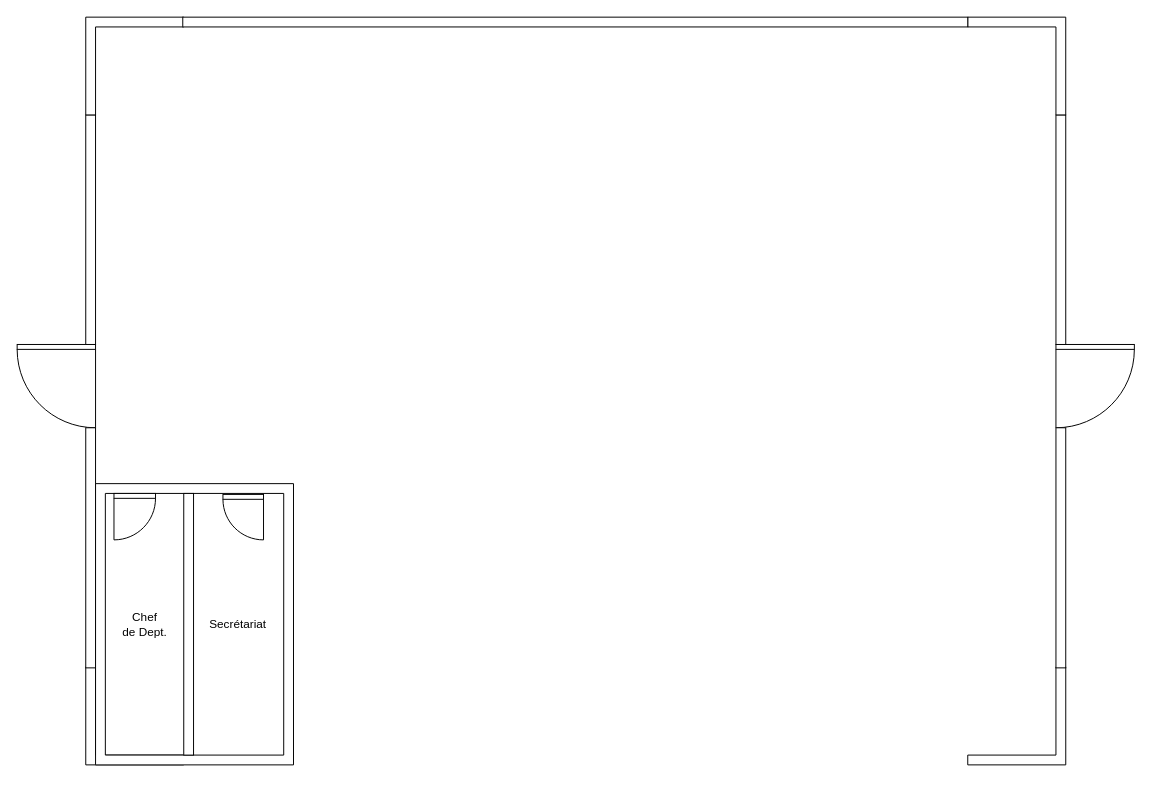
Above: meph-plan_adm.drawio in gI7DUmmY/diagrams (draw.io), before the change. Source tidied: cells renumbered, new cells numbered last; positions are measured from the earlier drawing's top-left corner, leaving out a move shared by most shapes. Both pictures are drawn from the tidied source at 98%, with x=0, y=0 at pixel (17, 17).
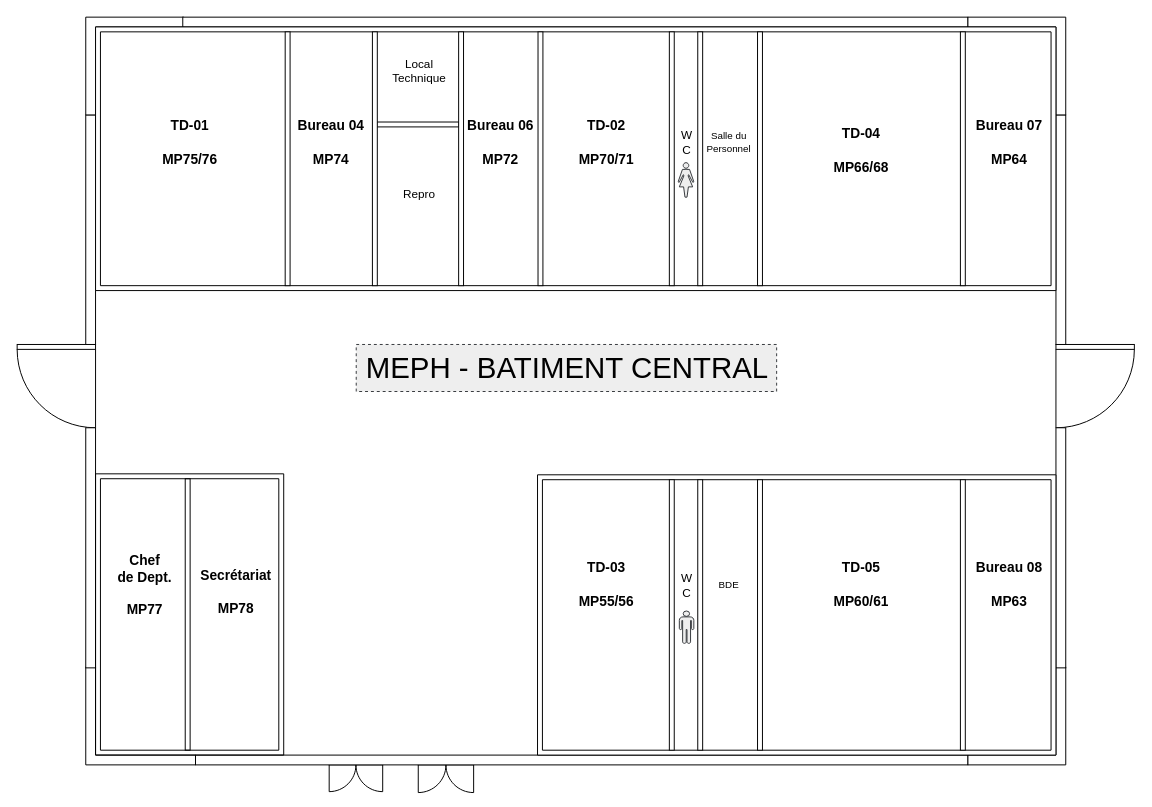
After the change.

Commit message:
Mettre à jour meph-plan_adm.drawio

What changed in the source:
```diff
@@
+    <mxCell id="19" style="verticalLabelPosition=bottom;html=1;verticalAlign=top;align=center;shape=mxgraph.floorplan.wall;fontFamily=Helvetica;fontSize=12;fillColor=default;wallThickness=5;" parent="1" vertex="1">
+      <mxGeometry x="367" y="109" width="84" height="1" as="geometry" />
+    </mxCell>
@@
     <mxCell id="4" style="verticalLabelPosition=bottom;html=1;verticalAlign=top;align=center;shape=mxgraph.floorplan.wallCorner;direction=north;" parent="1" vertex="1">
-      <mxGeometry x="70" y="663" width="100" height="100" as="geometry" />
+      <mxGeometry x="70" y="663" width="112" height="100" as="geometry" />
     </mxCell>
@@
-    <mxCell id="13" style="verticalLabelPosition=middle;html=1;verticalAlign=middle;align=center;shape=mxgraph.floorplan.room;fillStyle=auto;gradientColor=none;fillColor=default;strokeColor=default;shadow=0;labelPosition=center;" parent="1" vertex="1">
-      <mxGeometry x="80" y="476" width="202" height="287" as="geometry" />
-    </mxCell>
-    <mxCell id="14" style="verticalLabelPosition=bottom;html=1;verticalAlign=top;align=center;shape=mxgraph.floorplan.doorLeft;" parent="1" vertex="1">
-      <mxGeometry x="98.8" y="486" width="42.4" height="45" as="geometry" />
-    </mxCell>
-    <mxCell id="15" style="verticalLabelPosition=bottom;html=1;verticalAlign=top;align=center;shape=mxgraph.floorplan.doorRight;" parent="1" vertex="1">
-      <mxGeometry x="210" y="487" width="41.4" height="44" as="geometry" />
-    </mxCell>
-    <mxCell id="16" style="verticalLabelPosition=bottom;html=1;verticalAlign=top;align=center;shape=mxgraph.floorplan.wall;direction=south;" parent="1" vertex="1">
-      <mxGeometry x="170" y="486" width="10" height="267" as="geometry" />
+    <mxCell id="16" style="verticalLabelPosition=bottom;html=1;verticalAlign=top;align=center;shape=mxgraph.floorplan.wall;direction=south;wallThickness=5;" parent="1" vertex="1">
+      <mxGeometry x="169" y="471" width="10" height="277" as="geometry" />
     </mxCell>
-    <mxCell id="17" value="Chef&lt;div&gt;de Dept.&lt;/div&gt;" style="text;html=1;align=center;verticalAlign=middle;strokeColor=none;fillColor=none;" parent="1" vertex="1">
-      <mxGeometry x="98.8" y="599" width="63" height="41" as="geometry" />
+    <mxCell id="17" value="Chef&lt;div style=&quot;font-size: 14px;&quot;&gt;de Dept.&lt;/div&gt;&lt;div style=&quot;font-size: 14px;&quot;&gt;&lt;br style=&quot;font-size: 14px;&quot;&gt;&lt;/div&gt;&lt;div style=&quot;font-size: 14px;&quot;&gt;MP77&lt;/div&gt;" style="text;html=1;align=center;verticalAlign=middle;strokeColor=none;fillColor=none;fontStyle=1;fontSize=14;" parent="1" vertex="1">
+      <mxGeometry x="94" y="540" width="71" height="79" as="geometry" />
     </mxCell>
-    <mxCell id="18" value="Secrétariat" style="text;html=1;align=center;verticalAlign=middle;strokeColor=none;fillColor=none;" parent="1" vertex="1">
-      <mxGeometry x="187" y="606.5" width="76" height="26" as="geometry" />
+    <mxCell id="18" value="Secrétariat&lt;div style=&quot;font-size: 14px;&quot;&gt;&lt;br style=&quot;font-size: 14px;&quot;&gt;&lt;/div&gt;&lt;div style=&quot;font-size: 14px;&quot;&gt;MP78&lt;/div&gt;" style="text;html=1;align=center;verticalAlign=middle;strokeColor=none;fillColor=none;fontStyle=1;fontSize=14;" parent="1" vertex="1">
+      <mxGeometry x="180" y="556" width="86" height="62" as="geometry" />
     </mxCell>
+    <mxCell id="20" style="verticalLabelPosition=bottom;html=1;verticalAlign=top;align=center;shape=mxgraph.floorplan.room;wallThickness=5;" parent="1" vertex="1">
+      <mxGeometry x="80" y="10" width="980" height="269" as="geometry" />
+    </mxCell>
+    <mxCell id="21" style="verticalLabelPosition=bottom;html=1;verticalAlign=top;align=center;shape=mxgraph.floorplan.wall;direction=south;fontFamily=Helvetica;fontSize=12;wallThickness=5;" parent="1" vertex="1">
+      <mxGeometry x="271" y="15" width="10" height="259" as="geometry" />
+    </mxCell>
+    <mxCell id="22" value="TD-01&lt;div style=&quot;font-size: 14px;&quot;&gt;&lt;br style=&quot;font-size: 14px;&quot;&gt;&lt;/div&gt;&lt;div style=&quot;font-size: 14px;&quot;&gt;MP75/76&lt;/div&gt;" style="text;html=1;align=center;verticalAlign=middle;strokeColor=none;fillColor=none;fontFamily=Helvetica;fontSize=14;fontColor=default;fontStyle=1;" parent="1" vertex="1">
+      <mxGeometry x="139" y="97" width="74" height="62" as="geometry" />
+    </mxCell>
+    <mxCell id="23" style="verticalLabelPosition=bottom;html=1;verticalAlign=top;align=center;shape=mxgraph.floorplan.wall;direction=south;fontFamily=Helvetica;fontSize=12;wallThickness=5;" parent="1" vertex="1">
+      <mxGeometry x="360" y="15" width="10" height="259" as="geometry" />
+    </mxCell>
+    <mxCell id="24" style="verticalLabelPosition=bottom;html=1;verticalAlign=top;align=center;shape=mxgraph.floorplan.wall;direction=south;fontFamily=Helvetica;fontSize=12;wallThickness=5;" parent="1" vertex="1">
+      <mxGeometry x="448" y="15" width="10" height="259" as="geometry" />
+    </mxCell>
+    <mxCell id="25" value="Local&lt;div&gt;Technique&lt;/div&gt;" style="text;html=1;align=center;verticalAlign=middle;strokeColor=none;fillColor=none;fontFamily=Helvetica;fontSize=12;fontColor=default;" parent="1" vertex="1">
+      <mxGeometry x="373" y="34" width="73" height="41" as="geometry" />
+    </mxCell>
+    <mxCell id="26" value="Repro" style="text;html=1;align=center;verticalAlign=middle;strokeColor=none;fillColor=none;fontFamily=Helvetica;fontSize=12;fontColor=default;" parent="1" vertex="1">
+      <mxGeometry x="384" y="168" width="51" height="26" as="geometry" />
+    </mxCell>
+    <mxCell id="27" value="Bureau 04&lt;div style=&quot;font-size: 14px;&quot;&gt;&lt;br style=&quot;font-size: 14px;&quot;&gt;&lt;/div&gt;&lt;div style=&quot;font-size: 14px;&quot;&gt;MP74&lt;/div&gt;" style="text;html=1;align=center;verticalAlign=middle;strokeColor=none;fillColor=none;fontFamily=Helvetica;fontSize=14;fontColor=default;fontStyle=1;" parent="1" vertex="1">
+      <mxGeometry x="278" y="97" width="83" height="62" as="geometry" />
+    </mxCell>
+    <mxCell id="28" style="verticalLabelPosition=bottom;html=1;verticalAlign=top;align=center;shape=mxgraph.floorplan.wall;direction=south;fontFamily=Helvetica;fontSize=12;wallThickness=5;" parent="1" vertex="1">
+      <mxGeometry x="529" y="15" width="10" height="259" as="geometry" />
+    </mxCell>
+    <mxCell id="29" value="Bureau 06&lt;div style=&quot;font-size: 14px;&quot;&gt;&lt;br style=&quot;font-size: 14px;&quot;&gt;&lt;/div&gt;&lt;div style=&quot;font-size: 14px;&quot;&gt;MP72&lt;/div&gt;" style="text;html=1;align=center;verticalAlign=middle;strokeColor=none;fillColor=none;fontFamily=Helvetica;fontSize=14;fontColor=default;fontStyle=1;" parent="1" vertex="1">
+      <mxGeometry x="451" y="97" width="83" height="62" as="geometry" />
+    </mxCell>
+    <mxCell id="30" style="verticalLabelPosition=bottom;html=1;verticalAlign=top;align=center;shape=mxgraph.floorplan.doorDouble;strokeColor=default;fontFamily=Helvetica;fontSize=12;fontColor=default;fillColor=default;" parent="1" vertex="1">
+      <mxGeometry x="318.4" y="758" width="54.6" height="29" as="geometry" />
+    </mxCell>
+    <mxCell id="31" style="verticalLabelPosition=bottom;html=1;verticalAlign=top;align=center;shape=mxgraph.floorplan.doorDouble;strokeColor=default;fontFamily=Helvetica;fontSize=12;fontColor=default;fillColor=default;" parent="1" vertex="1">
+      <mxGeometry x="409.3" y="758" width="56.5" height="30" as="geometry" />
+    </mxCell>
+    <mxCell id="32" style="verticalLabelPosition=bottom;html=1;verticalAlign=top;align=center;shape=mxgraph.floorplan.wall;fontFamily=Helvetica;fontSize=12;" parent="1" vertex="1">
+      <mxGeometry x="182" y="753" width="788" height="10" as="geometry" />
+    </mxCell>
+    <mxCell id="13" style="verticalLabelPosition=middle;html=1;verticalAlign=middle;align=center;shape=mxgraph.floorplan.room;fillStyle=auto;shadow=0;labelPosition=center;perimeter=rectanglePerimeter;wallThickness=5;fillColor=none;" parent="1" vertex="1">
+      <mxGeometry x="80" y="466" width="192" height="287" as="geometry" />
+    </mxCell>
+    <mxCell id="33" style="verticalLabelPosition=bottom;html=1;verticalAlign=top;align=center;shape=mxgraph.floorplan.room;fontFamily=Helvetica;fontSize=12;wallThickness=5;" parent="1" vertex="1">
+      <mxGeometry x="531" y="467" width="529" height="286" as="geometry" />
+    </mxCell>
+    <mxCell id="34" style="verticalLabelPosition=bottom;html=1;verticalAlign=top;align=center;shape=mxgraph.floorplan.wall;direction=south;fontFamily=Helvetica;fontSize=12;wallThickness=5;" parent="1" vertex="1">
+      <mxGeometry x="663" y="15" width="10" height="259" as="geometry" />
+    </mxCell>
+    <mxCell id="35" value="TD-02&lt;div style=&quot;font-size: 14px;&quot;&gt;&lt;br style=&quot;font-size: 14px;&quot;&gt;&lt;/div&gt;&lt;div style=&quot;font-size: 14px;&quot;&gt;MP70/71&lt;/div&gt;" style="text;html=1;align=center;verticalAlign=middle;strokeColor=none;fillColor=none;fontFamily=Helvetica;fontSize=14;fontColor=default;fontStyle=1;" parent="1" vertex="1">
+      <mxGeometry x="564" y="97" width="74" height="62" as="geometry" />
+    </mxCell>
+    <mxCell id="36" style="verticalLabelPosition=bottom;html=1;verticalAlign=top;align=center;shape=mxgraph.floorplan.wall;direction=south;fontFamily=Helvetica;fontSize=12;wallThickness=5;" parent="1" vertex="1">
+      <mxGeometry x="663" y="472" width="10" height="276" as="geometry" />
+    </mxCell>
+    <mxCell id="37" value="TD-03&lt;div style=&quot;font-size: 14px;&quot;&gt;&lt;br style=&quot;font-size: 14px;&quot;&gt;&lt;/div&gt;&lt;div style=&quot;font-size: 14px;&quot;&gt;MP55/56&lt;/div&gt;" style="text;html=1;align=center;verticalAlign=middle;strokeColor=none;fillColor=none;fontFamily=Helvetica;fontSize=14;fontColor=default;fontStyle=1;" parent="1" vertex="1">
+      <mxGeometry x="564" y="548" width="74" height="62" as="geometry" />
+    </mxCell>
+    <mxCell id="38" style="verticalLabelPosition=bottom;html=1;verticalAlign=top;align=center;shape=mxgraph.floorplan.wall;direction=south;fontFamily=Helvetica;fontSize=12;wallThickness=5;" parent="1" vertex="1">
+      <mxGeometry x="692" y="15" width="10" height="259" as="geometry" />
+    </mxCell>
+    <mxCell id="39" style="verticalLabelPosition=bottom;html=1;verticalAlign=top;align=center;shape=mxgraph.floorplan.wall;direction=south;fontFamily=Helvetica;fontSize=12;wallThickness=5;" parent="1" vertex="1">
+      <mxGeometry x="692" y="472" width="10" height="276" as="geometry" />
+    </mxCell>
+    <mxCell id="40" value="W&lt;div&gt;C&lt;/div&gt;" style="text;html=1;align=center;verticalAlign=middle;strokeColor=none;fillColor=none;fontFamily=Helvetica;fontSize=12;fontColor=default;" parent="1" vertex="1">
+      <mxGeometry x="668" y="107.5" width="29" height="41" as="geometry" />
+    </mxCell>
+    <mxCell id="41" value="W&lt;div&gt;C&lt;/div&gt;" style="text;html=1;align=center;verticalAlign=middle;strokeColor=none;fillColor=none;fontFamily=Helvetica;fontSize=12;fontColor=default;" parent="1" vertex="1">
+      <mxGeometry x="668" y="559" width="29" height="41" as="geometry" />
+    </mxCell>
+    <mxCell id="42" style="shape=mxgraph.signs.people.man_1;html=1;verticalLabelPosition=bottom;verticalAlign=top;align=center;sketch=0;fontFamily=Helvetica;fontSize=12;fillColor=#eeeeee;strokeColor=#36393d;" parent="1" vertex="1">
+      <mxGeometry x="675.7" y="606" width="14.8" height="33" as="geometry" />
+    </mxCell>
+    <mxCell id="43" style="shape=mxgraph.signs.people.woman_2;html=1;fillColor=#eeeeee;strokeColor=#36393d;verticalLabelPosition=bottom;verticalAlign=top;align=center;sketch=0;fontFamily=Helvetica;fontSize=12;" parent="1" vertex="1">
+      <mxGeometry x="674.5" y="148.5" width="16" height="35.2" as="geometry" />
+    </mxCell>
+    <mxCell id="44" style="verticalLabelPosition=bottom;html=1;verticalAlign=top;align=center;shape=mxgraph.floorplan.wall;direction=south;fontFamily=Helvetica;fontSize=12;wallThickness=5;" parent="1" vertex="1">
+      <mxGeometry x="753" y="15" width="10" height="259" as="geometry" />
+    </mxCell>
+    <mxCell id="45" style="verticalLabelPosition=bottom;html=1;verticalAlign=top;align=center;shape=mxgraph.floorplan.wall;direction=south;fontFamily=Helvetica;fontSize=12;wallThickness=5;" parent="1" vertex="1">
+      <mxGeometry x="960" y="15" width="10" height="259" as="geometry" />
+    </mxCell>
+    <mxCell id="46" style="verticalLabelPosition=bottom;html=1;verticalAlign=top;align=center;shape=mxgraph.floorplan.wall;direction=south;fontFamily=Helvetica;fontSize=12;wallThickness=5;" parent="1" vertex="1">
+      <mxGeometry x="960" y="472" width="10" height="276" as="geometry" />
+    </mxCell>
+    <mxCell id="47" style="verticalLabelPosition=bottom;html=1;verticalAlign=top;align=center;shape=mxgraph.floorplan.wall;direction=south;fontFamily=Helvetica;fontSize=12;wallThickness=5;" parent="1" vertex="1">
+      <mxGeometry x="753" y="472" width="10" height="276" as="geometry" />
+    </mxCell>
+    <mxCell id="48" value="&lt;font style=&quot;font-size: 10px;&quot;&gt;Salle du&lt;/font&gt;&lt;div style=&quot;font-size: 10px;&quot;&gt;&lt;font style=&quot;font-size: 10px;&quot;&gt;Personnel&lt;/font&gt;&lt;/div&gt;" style="text;html=1;align=center;verticalAlign=middle;strokeColor=none;fillColor=none;fontFamily=Helvetica;fontSize=12;fontColor=default;" parent="1" vertex="1">
+      <mxGeometry x="694" y="107.5" width="63" height="38" as="geometry" />
+    </mxCell>
+    <mxCell id="49" value="&lt;span style=&quot;font-size: 10px;&quot;&gt;BDE&lt;/span&gt;" style="text;html=1;align=center;verticalAlign=middle;strokeColor=none;fillColor=none;fontFamily=Helvetica;fontSize=12;fontColor=default;" parent="1" vertex="1">
+      <mxGeometry x="706" y="565.5" width="39" height="26" as="geometry" />
+    </mxCell>
+    <mxCell id="50" value="TD-04&lt;div style=&quot;font-size: 14px;&quot;&gt;&lt;br style=&quot;font-size: 14px;&quot;&gt;&lt;/div&gt;&lt;div style=&quot;font-size: 14px;&quot;&gt;MP66/68&lt;/div&gt;" style="text;html=1;align=center;verticalAlign=middle;strokeColor=none;fillColor=none;fontFamily=Helvetica;fontSize=14;fontColor=default;fontStyle=1;" parent="1" vertex="1">
+      <mxGeometry x="824" y="104.5" width="74" height="62" as="geometry" />
+    </mxCell>
+    <mxCell id="51" value="TD-05&lt;div style=&quot;font-size: 14px;&quot;&gt;&lt;br style=&quot;font-size: 14px;&quot;&gt;&lt;/div&gt;&lt;div style=&quot;font-size: 14px;&quot;&gt;MP60/61&lt;/div&gt;" style="text;html=1;align=center;verticalAlign=middle;strokeColor=none;fillColor=none;fontFamily=Helvetica;fontSize=14;fontColor=default;fontStyle=1;" parent="1" vertex="1">
+      <mxGeometry x="824" y="548" width="74" height="62" as="geometry" />
+    </mxCell>
+    <mxCell id="52" value="Bureau 07&lt;div style=&quot;font-size: 14px;&quot;&gt;&lt;br style=&quot;font-size: 14px;&quot;&gt;&lt;/div&gt;&lt;div style=&quot;font-size: 14px;&quot;&gt;MP64&lt;/div&gt;" style="text;html=1;align=center;verticalAlign=middle;strokeColor=none;fillColor=none;fontFamily=Helvetica;fontSize=14;fontColor=default;fontStyle=1;" parent="1" vertex="1">
+      <mxGeometry x="970" y="97" width="83" height="62" as="geometry" />
+    </mxCell>
+    <mxCell id="53" value="Bureau 08&lt;div style=&quot;font-size: 14px;&quot;&gt;&lt;br style=&quot;font-size: 14px;&quot;&gt;&lt;/div&gt;&lt;div style=&quot;font-size: 14px;&quot;&gt;MP63&lt;/div&gt;" style="text;html=1;align=center;verticalAlign=middle;strokeColor=none;fillColor=none;fontFamily=Helvetica;fontSize=14;fontColor=default;fontStyle=1;" parent="1" vertex="1">
+      <mxGeometry x="970" y="548" width="83" height="62" as="geometry" />
+    </mxCell>
+    <mxCell id="54" value="MEPH - BATIMENT CENTRAL" style="text;html=1;align=center;verticalAlign=middle;fontFamily=Helvetica;fontSize=30;fillColor=#eeeeee;strokeColor=#36393d;dashed=1;" parent="1" vertex="1">
+      <mxGeometry x="346" y="334" width="429" height="48" as="geometry" />
+    </mxCell>
```
